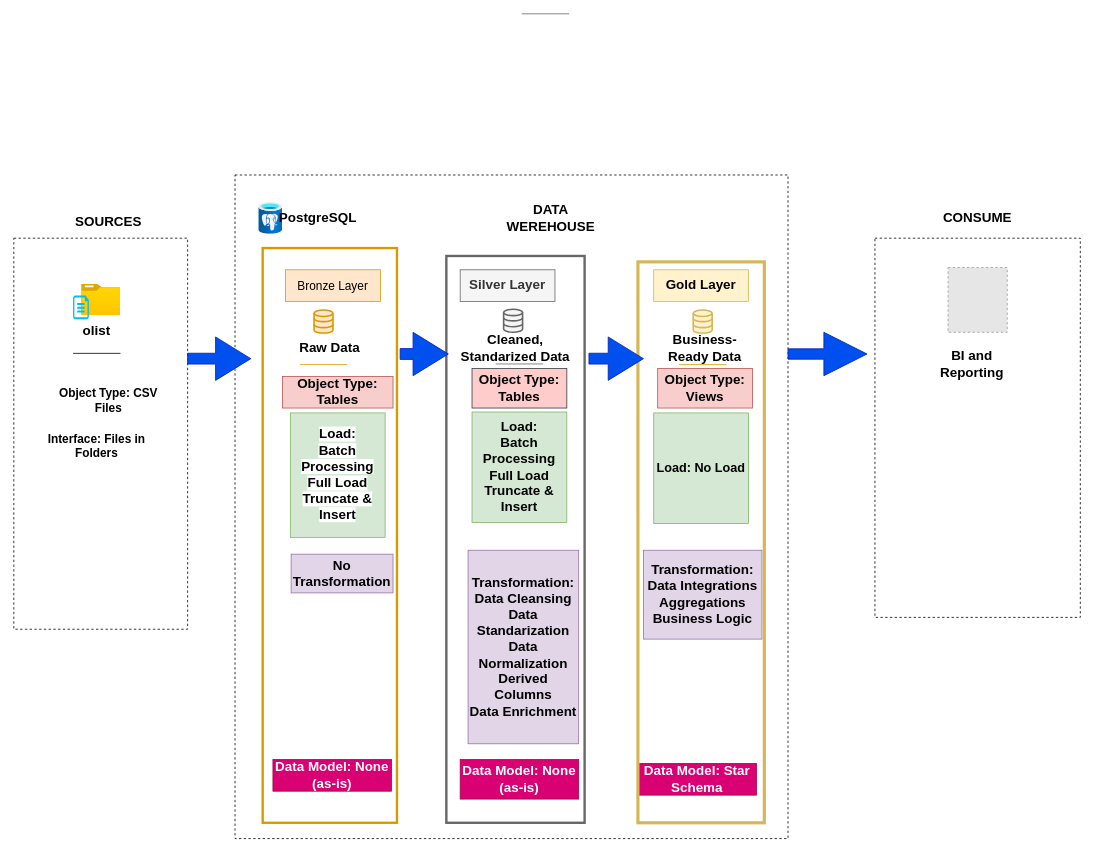
Earlier version of the draw.io diagram Documentacion/drawio/Esquema del data werehouse.drawio (eme-19-87/DataAnalytics_Devligth). Source tidied: cells renumbered, new cells numbered last; positions are measured from the earlier drawing's top-left corner, leaving out a move shared by most shapes. Both pictures are drawn from the tidied source at 79%, with x=0, y=0 at pixel (13, 13). Pictures stored in the file or linked from it are replaced by grey dashed boxes.
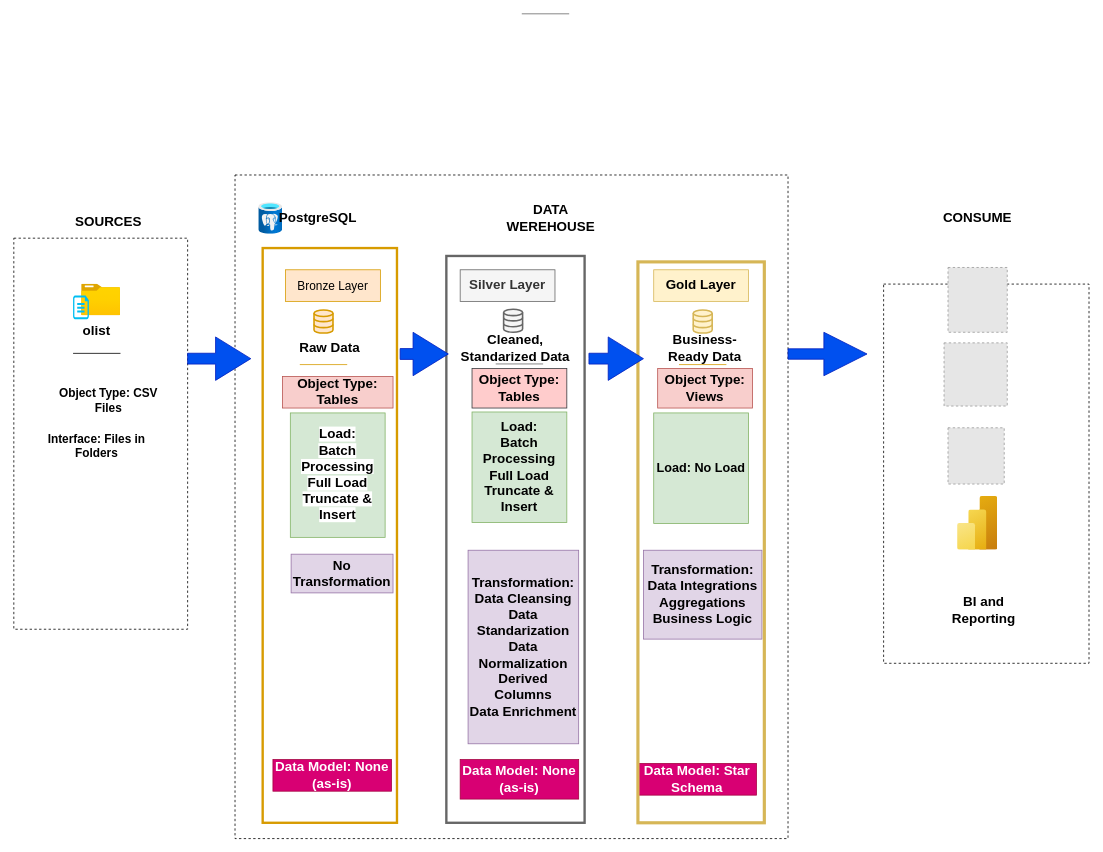
The same page after the edit.

What changed in the source:
```diff
@@
     <mxCell id="43" style="rounded=0;whiteSpace=wrap;html=1;dashed=1;fontSize=15;" parent="1" vertex="1">
-      <mxGeometry x="1090" y="284" width="260" height="480" as="geometry" />
+      <mxGeometry x="1101" y="342.1" width="260" height="480" as="geometry" />
     </mxCell>
@@
     <mxCell id="46" value="BI and Reporting" style="text;html=1;whiteSpace=wrap;strokeColor=none;fillColor=none;align=center;verticalAlign=middle;rounded=0;fontSize=17;fontStyle=1;" parent="1" vertex="1">
-      <mxGeometry x="1182.5" y="429" width="60" height="30" as="geometry" />
+      <mxGeometry x="1198.2" y="740" width="60" height="30" as="geometry" />
     </mxCell>
@@
+    <mxCell id="50" style="fillColor=#E6E6E6;strokeColor=#999999;dashed=1;verticalLabelPosition=bottom;labelBackgroundColor=default;verticalAlign=top;" parent="1" vertex="1">
+      <mxGeometry x="1177.5" y="416.5" width="80" height="80" as="geometry" />
+    </mxCell>
+    <mxCell id="51" style="fillColor=#E6E6E6;strokeColor=#999999;dashed=1;html=1;verticalAlign=top;verticalLabelPosition=bottom;labelBackgroundColor=#ffffff;" parent="1" vertex="1">
+      <mxGeometry x="1182.5" y="524" width="71.2" height="71.2" as="geometry" />
+    </mxCell>
+    <mxCell id="52" style="image;html=1;align=center;fontSize=12;image=img/lib/azure2/analytics/Power_BI_Embedded.svg;" parent="1" vertex="1">
+      <mxGeometry x="1194.5" y="611" width="51" height="68" as="geometry" />
+    </mxCell>
```
